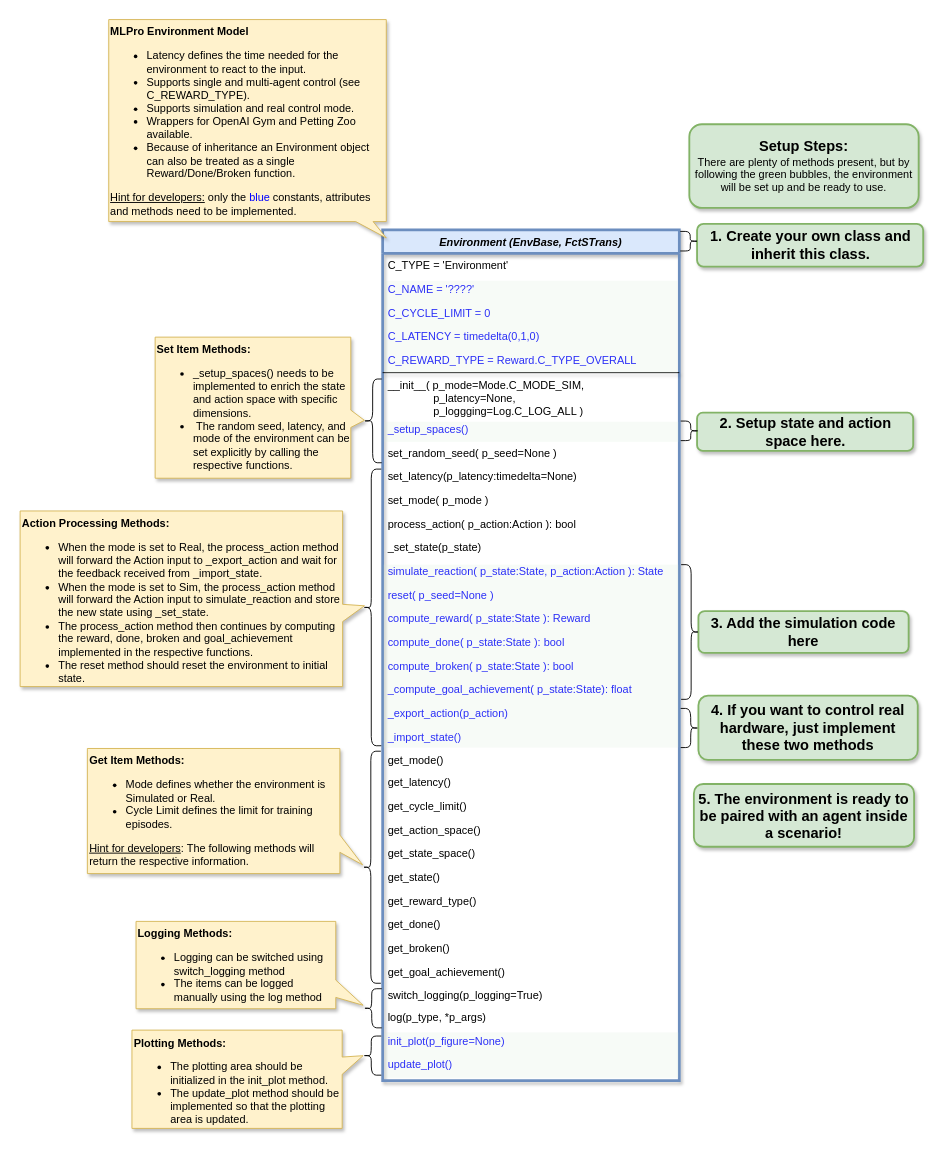
Before: doc/rtd/content/rl/env/images/MLPro-RL-Env_class_Environment_commented.drawio in fhswf/MLPro, a draw.io diagram. Source tidied: cells renumbered, new cells numbered last; positions are measured from the earlier drawing's top-left corner, leaving out a move shared by most shapes. Both pictures are drawn from the tidied source at 91%, with x=0, y=0 at pixel (20, 19).
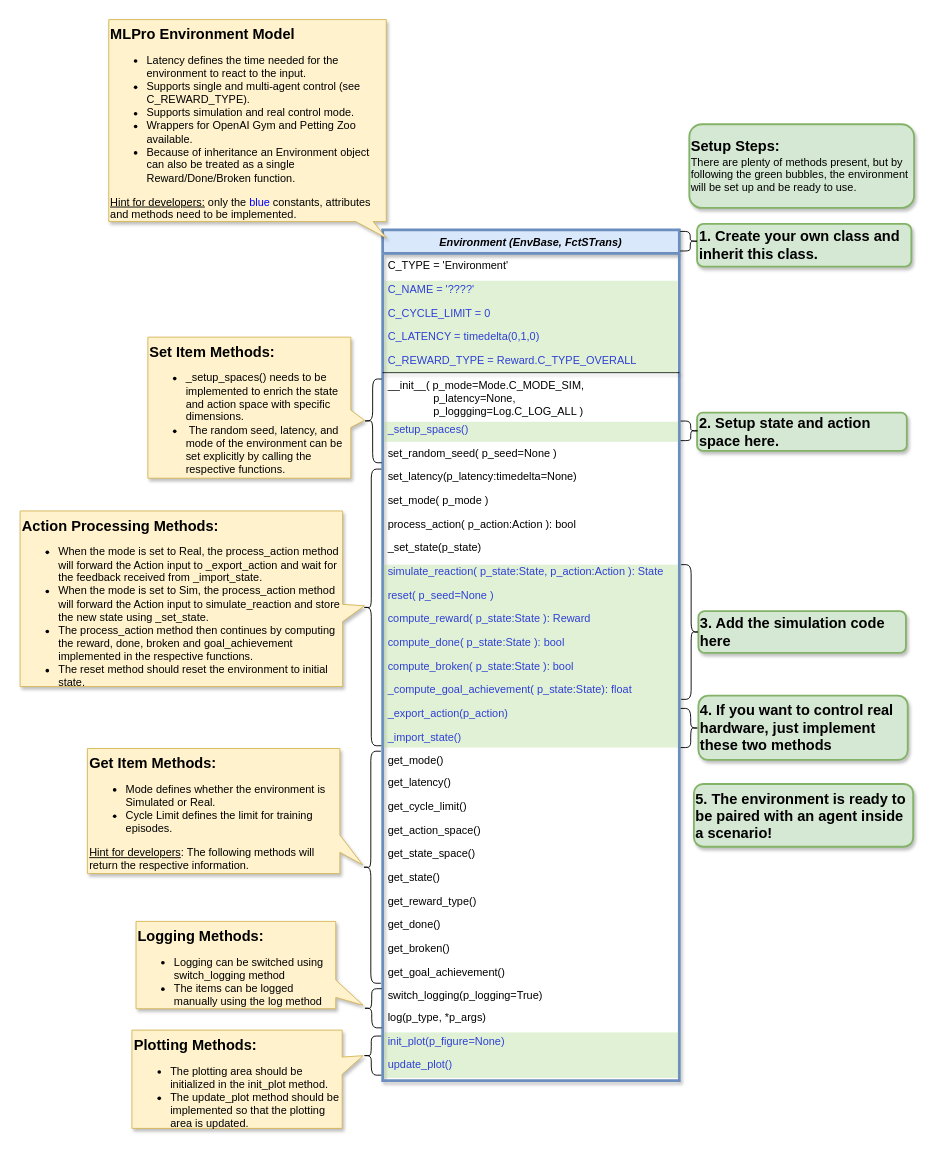
Above is the later version.

Commit message (it also covers changes not shown here):
Design Edit on Commented Environment Class Diagram #170

Change to the diagram source:
```diff
@@
-    <mxCell id="38" value="&lt;b&gt;MLPro Environment Model&lt;br&gt;&lt;/b&gt;&lt;ul&gt;&lt;li&gt;Latency defines the time needed for the environment to react to the input.&lt;/li&gt;&lt;li&gt;&lt;span&gt;Supports single and multi-agent control (see C_REWARD_TYPE).&lt;/span&gt;&lt;/li&gt;&lt;li&gt;Supports simulation and real control mode.&lt;/li&gt;&lt;li&gt;Wrappers for OpenAI Gym and Petting Zoo available.&lt;/li&gt;&lt;li&gt;Because of inheritance an Environment object can also be treated as a single Reward/Done/Broken function.&lt;/li&gt;&lt;/ul&gt;&lt;div&gt;&lt;u&gt;Hint for developers:&lt;/u&gt; only the &lt;font color=&quot;#0000ff&quot;&gt;blue&lt;/font&gt; constants, attributes and methods need to be implemented.&lt;/div&gt;&lt;div&gt;&lt;br&gt;&lt;/div&gt;" style="shape=callout;whiteSpace=wrap;html=1;perimeter=calloutPerimeter;shadow=1;fillColor=#fff2cc;strokeColor=#d6b656;align=left;verticalAlign=top;base=19;size=18;position=0.89;position2=1;" parent="1" vertex="1">
+    <mxCell id="38" value="&lt;b&gt;&lt;font style=&quot;font-size: 16px&quot;&gt;MLPro Environment Model&lt;/font&gt;&lt;br&gt;&lt;/b&gt;&lt;ul&gt;&lt;li&gt;Latency defines the time needed for the environment to react to the input.&lt;/li&gt;&lt;li&gt;&lt;span&gt;Supports single and multi-agent control (see C_REWARD_TYPE).&lt;/span&gt;&lt;/li&gt;&lt;li&gt;Supports simulation and real control mode.&lt;/li&gt;&lt;li&gt;Wrappers for OpenAI Gym and Petting Zoo available.&lt;/li&gt;&lt;li&gt;Because of inheritance an Environment object can also be treated as a single Reward/Done/Broken function.&lt;/li&gt;&lt;/ul&gt;&lt;div&gt;&lt;u&gt;Hint for developers:&lt;/u&gt; only the &lt;font color=&quot;#0000ff&quot;&gt;blue&lt;/font&gt; constants, attributes and methods need to be implemented.&lt;/div&gt;&lt;div&gt;&lt;br&gt;&lt;/div&gt;" style="shape=callout;whiteSpace=wrap;html=1;perimeter=calloutPerimeter;shadow=1;fillColor=#fff2cc;strokeColor=#d6b656;align=left;verticalAlign=top;base=19;size=18;position=0.89;position2=1;" parent="1" vertex="1">
       <mxGeometry x="97" width="305" height="240" as="geometry" />
     </mxCell>
-    <mxCell id="39" value="&lt;b&gt;Set Item Methods:&lt;/b&gt;&lt;br&gt;&lt;ul&gt;&lt;li&gt;_setup_spaces() needs to be implemented to enrich the state and action space with specific dimensions.&lt;/li&gt;&lt;li&gt;&lt;b style=&quot;font-weight: bold&quot;&gt;&amp;nbsp;&lt;/b&gt;The random seed, latency, and mode of the environment can be set explicitly by calling the respective functions.&amp;nbsp;&lt;/li&gt;&lt;/ul&gt;" style="shape=callout;whiteSpace=wrap;html=1;perimeter=calloutPerimeter;shadow=1;fillColor=#fff2cc;strokeColor=#d6b656;align=left;verticalAlign=top;base=19;size=15;position=0.36;position2=0.41;direction=north;" parent="1" vertex="1">
-      <mxGeometry x="148" y="349" width="230" height="155" as="geometry" />
+    <mxCell id="39" value="&lt;b&gt;&lt;font style=&quot;font-size: 16px&quot;&gt;Set Item Methods:&lt;/font&gt;&lt;/b&gt;&lt;br&gt;&lt;ul&gt;&lt;li&gt;_setup_spaces() needs to be implemented to enrich the state and action space with specific dimensions.&lt;/li&gt;&lt;li&gt;&lt;b style=&quot;font-weight: bold&quot;&gt;&amp;nbsp;&lt;/b&gt;The random seed, latency, and mode of the environment can be set explicitly by calling the respective functions.&amp;nbsp;&lt;/li&gt;&lt;/ul&gt;" style="shape=callout;whiteSpace=wrap;html=1;perimeter=calloutPerimeter;shadow=1;fillColor=#fff2cc;strokeColor=#d6b656;align=left;verticalAlign=top;base=19;size=15;position=0.36;position2=0.41;direction=north;" parent="1" vertex="1">
+      <mxGeometry x="140" y="349" width="238" height="155" as="geometry" />
     </mxCell>
-    <mxCell id="40" value="&lt;b style=&quot;text-align: left&quot;&gt;&lt;font style=&quot;font-size: 16px&quot;&gt;2. Setup state and action space here.&lt;/font&gt;&lt;/b&gt;" style="rounded=1;whiteSpace=wrap;html=1;strokeColor=#82b366;strokeWidth=2;align=center;fillColor=#d5e8d4;shadow=1;" parent="1" vertex="1">
-      <mxGeometry x="743.5" y="432" width="237.5" height="42" as="geometry" />
+    <mxCell id="40" value="&lt;b style=&quot;&quot;&gt;&lt;font style=&quot;font-size: 16px&quot;&gt;2. Setup state and action space here.&lt;/font&gt;&lt;/b&gt;" style="rounded=1;whiteSpace=wrap;html=1;strokeColor=#82b366;strokeWidth=2;align=left;fillColor=#d5e8d4;shadow=1;" parent="1" vertex="1">
+      <mxGeometry x="743.5" y="432" width="230.5" height="42" as="geometry" />
     </mxCell>
-    <mxCell id="41" value="&lt;b&gt;&lt;font style=&quot;font-size: 16px&quot;&gt;3. Add the simulation code here&lt;/font&gt;&lt;/b&gt;" style="rounded=1;whiteSpace=wrap;html=1;strokeColor=#82b366;strokeWidth=2;align=center;fillColor=#d5e8d4;shadow=1;" parent="1" vertex="1">
-      <mxGeometry x="745" y="650" width="231" height="46" as="geometry" />
+    <mxCell id="41" value="&lt;b&gt;&lt;font style=&quot;font-size: 16px&quot;&gt;3. Add the simulation code here&lt;/font&gt;&lt;/b&gt;" style="rounded=1;whiteSpace=wrap;html=1;strokeColor=#82b366;strokeWidth=2;align=left;fillColor=#d5e8d4;shadow=1;" parent="1" vertex="1">
+      <mxGeometry x="745" y="650" width="228" height="46" as="geometry" />
     </mxCell>
-    <mxCell id="42" value="&lt;b&gt;&lt;font style=&quot;font-size: 16px&quot;&gt;5. The environment is ready to be paired with an agent inside a scenario!&lt;/font&gt;&lt;/b&gt;" style="rounded=1;whiteSpace=wrap;html=1;strokeColor=#82b366;strokeWidth=2;align=center;fillColor=#d5e8d4;shadow=1;" parent="1" vertex="1">
-      <mxGeometry x="740" y="840" width="242" height="69" as="geometry" />
+    <mxCell id="42" value="&lt;b&gt;&lt;font style=&quot;font-size: 16px&quot;&gt;5. The environment is ready to be paired with an agent inside a scenario!&lt;/font&gt;&lt;/b&gt;" style="rounded=1;whiteSpace=wrap;html=1;strokeColor=#82b366;strokeWidth=2;align=left;fillColor=#d5e8d4;shadow=1;" parent="1" vertex="1">
+      <mxGeometry x="740" y="840" width="241" height="69" as="geometry" />
     </mxCell>
-    <mxCell id="43" value="&lt;b style=&quot;text-align: left&quot;&gt;&lt;font style=&quot;font-size: 16px&quot;&gt;1. Create your own class and inherit this class.&lt;/font&gt;&lt;/b&gt;" style="rounded=1;whiteSpace=wrap;html=1;strokeColor=#82b366;strokeWidth=2;align=center;fillColor=#d5e8d4;shadow=1;" parent="1" vertex="1">
-      <mxGeometry x="743.5" y="224.5" width="248.5" height="47" as="geometry" />
+    <mxCell id="43" value="&lt;b style=&quot;&quot;&gt;&lt;font style=&quot;font-size: 16px&quot;&gt;1. Create your own class and inherit this class.&lt;/font&gt;&lt;/b&gt;" style="rounded=1;whiteSpace=wrap;html=1;strokeColor=#82b366;strokeWidth=2;align=left;fillColor=#d5e8d4;shadow=1;" parent="1" vertex="1">
+      <mxGeometry x="743.5" y="224.5" width="235.5" height="47" as="geometry" />
     </mxCell>
-    <mxCell id="44" value="&lt;b&gt;&lt;font style=&quot;font-size: 16px&quot;&gt;Setup Steps:&lt;/font&gt;&lt;/b&gt;&lt;br&gt;&lt;span&gt;There are plenty of methods present, but by following the green bubbles, the environment will be set up and be ready to use.&lt;/span&gt;" style="rounded=1;whiteSpace=wrap;html=1;strokeColor=#82b366;strokeWidth=2;align=center;fillColor=#d5e8d4;shadow=1;glass=0;sketch=0;" parent="1" vertex="1">
-      <mxGeometry x="735" y="115" width="252" height="92" as="geometry" />
+    <mxCell id="44" value="&lt;b&gt;&lt;font style=&quot;font-size: 16px&quot;&gt;Setup Steps:&lt;/font&gt;&lt;/b&gt;&lt;br&gt;&lt;span&gt;There are plenty of methods present, but by following the green bubbles, the environment will be set up and be ready to use.&lt;/span&gt;" style="rounded=1;whiteSpace=wrap;html=1;strokeColor=#82b366;strokeWidth=2;align=left;fillColor=#d5e8d4;shadow=1;glass=0;sketch=0;" parent="1" vertex="1">
+      <mxGeometry x="735" y="115" width="247" height="92" as="geometry" />
     </mxCell>
-    <mxCell id="45" value="&lt;b&gt;Get Item Methods:&lt;/b&gt;&lt;br&gt;&lt;ul&gt;&lt;li&gt;Mode defines whether the environment is Simulated or Real.&lt;/li&gt;&lt;li&gt;&lt;span&gt;Cycle Limit defines the limit for training episodes.&lt;/span&gt;&lt;br&gt;&lt;/li&gt;&lt;/ul&gt;&lt;u&gt;Hint for developers&lt;/u&gt;: The following methods will return the respective information." style="shape=callout;whiteSpace=wrap;html=1;perimeter=calloutPerimeter;shadow=1;fillColor=#fff2cc;strokeColor=#d6b656;align=left;verticalAlign=top;base=19;size=25;position=0.17;position2=0.07;direction=north;" parent="1" vertex="1">
+    <mxCell id="45" value="&lt;b&gt;&lt;font style=&quot;font-size: 16px&quot;&gt;Get Item Methods:&lt;/font&gt;&lt;/b&gt;&lt;br&gt;&lt;ul&gt;&lt;li&gt;Mode defines whether the environment is Simulated or Real.&lt;/li&gt;&lt;li&gt;&lt;span&gt;Cycle Limit defines the limit for training episodes.&lt;/span&gt;&lt;br&gt;&lt;/li&gt;&lt;/ul&gt;&lt;u&gt;Hint for developers&lt;/u&gt;: The following methods will return the respective information." style="shape=callout;whiteSpace=wrap;html=1;perimeter=calloutPerimeter;shadow=1;fillColor=#fff2cc;strokeColor=#d6b656;align=left;verticalAlign=top;base=19;size=25;position=0.17;position2=0.07;direction=north;" parent="1" vertex="1">
       <mxGeometry x="73.5" y="801" width="302.5" height="137.5" as="geometry" />
     </mxCell>
-    <mxCell id="46" value="&lt;b&gt;Logging Methods:&lt;/b&gt;&lt;br&gt;&lt;ul&gt;&lt;li&gt;Logging can be switched using switch_logging method&lt;/li&gt;&lt;li&gt;The items can be logged manually using the log method&lt;/li&gt;&lt;/ul&gt;" style="shape=callout;whiteSpace=wrap;html=1;perimeter=calloutPerimeter;shadow=1;fillColor=#fff2cc;strokeColor=#d6b656;align=left;verticalAlign=top;base=19;size=30;position=0.13;position2=0.04;direction=north;" parent="1" vertex="1">
+    <mxCell id="46" value="&lt;b&gt;&lt;font style=&quot;font-size: 16px&quot;&gt;Logging Methods:&lt;/font&gt;&lt;/b&gt;&lt;br&gt;&lt;ul&gt;&lt;li&gt;Logging can be switched using switch_logging method&lt;/li&gt;&lt;li&gt;The items can be logged manually using the log method&lt;/li&gt;&lt;/ul&gt;" style="shape=callout;whiteSpace=wrap;html=1;perimeter=calloutPerimeter;shadow=1;fillColor=#fff2cc;strokeColor=#d6b656;align=left;verticalAlign=top;base=19;size=30;position=0.13;position2=0.04;direction=north;" parent="1" vertex="1">
       <mxGeometry x="127" y="991" width="249.5" height="96" as="geometry" />
     </mxCell>
-    <mxCell id="47" value="&lt;b&gt;Plotting Methods:&lt;/b&gt;&lt;br&gt;&lt;ul&gt;&lt;li&gt;The plotting area should be initialized in the init_plot method.&lt;/li&gt;&lt;li&gt;The update_plot method should be implemented so that the plotting area is updated.&lt;/li&gt;&lt;/ul&gt;" style="shape=callout;whiteSpace=wrap;html=1;perimeter=calloutPerimeter;shadow=1;fillColor=#fff2cc;strokeColor=#d6b656;align=left;verticalAlign=top;base=19;size=23;position=0.55;position2=0.74;direction=north;" parent="1" vertex="1">
+    <mxCell id="47" value="&lt;b&gt;&lt;font style=&quot;font-size: 16px&quot;&gt;Plotting Methods:&lt;/font&gt;&lt;/b&gt;&lt;br&gt;&lt;ul&gt;&lt;li&gt;The plotting area should be initialized in the init_plot method.&lt;/li&gt;&lt;li&gt;The update_plot method should be implemented so that the plotting area is updated.&lt;/li&gt;&lt;/ul&gt;" style="shape=callout;whiteSpace=wrap;html=1;perimeter=calloutPerimeter;shadow=1;fillColor=#fff2cc;strokeColor=#d6b656;align=left;verticalAlign=top;base=19;size=23;position=0.55;position2=0.74;direction=north;" parent="1" vertex="1">
       <mxGeometry x="122.5" y="1110.5" width="254" height="108" as="geometry" />
     </mxCell>
@@
-    <mxCell id="49" value="&lt;b&gt;Action Processing Methods:&lt;/b&gt;&lt;br&gt;&lt;ul&gt;&lt;li&gt;When the mode is set to Real, the process_action method will forward the Action input to _export_action and wait for the feedback received from _import_state.&lt;/li&gt;&lt;li&gt;When the mode is set to Sim, the process_action method will forward the Action input to simulate_reaction and store the new state using _set_state.&lt;/li&gt;&lt;li&gt;The process_action method then continues by computing the reward, done, broken and goal_achievement implemented in the respective functions.&lt;/li&gt;&lt;li&gt;The reset method should reset the environment to initial state.&lt;/li&gt;&lt;/ul&gt;" style="shape=callout;whiteSpace=wrap;html=1;perimeter=calloutPerimeter;shadow=1;fillColor=#fff2cc;strokeColor=#d6b656;align=left;verticalAlign=top;base=19;size=24;position=0.37;position2=0.46;direction=north;" parent="1" vertex="1">
+    <mxCell id="49" value="&lt;b&gt;&lt;font style=&quot;font-size: 16px&quot;&gt;Action Processing Methods:&lt;/font&gt;&lt;/b&gt;&lt;br&gt;&lt;ul&gt;&lt;li&gt;When the mode is set to Real, the process_action method will forward the Action input to _export_action and wait for the feedback received from _import_state.&lt;/li&gt;&lt;li&gt;When the mode is set to Sim, the process_action method will forward the Action input to simulate_reaction and store the new state using _set_state.&lt;/li&gt;&lt;li&gt;The process_action method then continues by computing the reward, done, broken and goal_achievement implemented in the respective functions.&lt;/li&gt;&lt;li&gt;The reset method should reset the environment to initial state.&lt;/li&gt;&lt;/ul&gt;" style="shape=callout;whiteSpace=wrap;html=1;perimeter=calloutPerimeter;shadow=1;fillColor=#fff2cc;strokeColor=#d6b656;align=left;verticalAlign=top;base=19;size=24;position=0.37;position2=0.46;direction=north;" parent="1" vertex="1">
       <mxGeometry x="-0.4" y="540" width="378.4" height="193" as="geometry" />
     </mxCell>
@@
-    <mxCell id="56" value="&lt;b&gt;&lt;font style=&quot;font-size: 16px&quot;&gt;4. If you want to control real hardware, just implement these two methods&lt;/font&gt;&lt;/b&gt;" style="rounded=1;whiteSpace=wrap;html=1;strokeColor=#82b366;strokeWidth=2;align=center;fillColor=#d5e8d4;shadow=1;" parent="1" vertex="1">
-      <mxGeometry x="745" y="743" width="241" height="70.5" as="geometry" />
+    <mxCell id="56" value="&lt;b&gt;&lt;font style=&quot;font-size: 16px&quot;&gt;4. If you want to control real hardware, just implement these two methods&lt;/font&gt;&lt;/b&gt;" style="rounded=1;whiteSpace=wrap;html=1;strokeColor=#82b366;strokeWidth=2;align=left;fillColor=#d5e8d4;shadow=1;" parent="1" vertex="1">
+      <mxGeometry x="745" y="743" width="230" height="70.5" as="geometry" />
     </mxCell>
@@
-    <mxCell id="59" style="rounded=0;whiteSpace=wrap;html=1;strokeColor=none;fillColor=#d5e8d4;opacity=20;" parent="1" vertex="1">
+    <mxCell id="59" style="rounded=0;whiteSpace=wrap;html=1;strokeColor=none;fillColor=#97D077;opacity=30;" parent="1" vertex="1">
       <mxGeometry x="399" y="599" width="324" height="201" as="geometry" />
     </mxCell>
-    <mxCell id="60" style="rounded=0;whiteSpace=wrap;html=1;fillColor=#d5e8d4;strokeColor=none;opacity=20;" parent="1" vertex="1">
+    <mxCell id="60" style="rounded=0;whiteSpace=wrap;html=1;fillColor=#97D077;strokeColor=none;opacity=30;" parent="1" vertex="1">
       <mxGeometry x="400" y="442" width="323" height="22" as="geometry" />
     </mxCell>
-    <mxCell id="61" style="rounded=0;whiteSpace=wrap;html=1;opacity=20;fillColor=#d5e8d4;strokeColor=none;" parent="1" vertex="1">
+    <mxCell id="61" style="rounded=0;whiteSpace=wrap;html=1;opacity=30;fillColor=#97D077;strokeColor=none;" parent="1" vertex="1">
       <mxGeometry x="400" y="287" width="322" height="101" as="geometry" />
     </mxCell>
-    <mxCell id="62" style="rounded=0;whiteSpace=wrap;html=1;opacity=20;fillColor=#d5e8d4;strokeColor=none;" parent="1" vertex="1">
+    <mxCell id="62" style="rounded=0;whiteSpace=wrap;html=1;opacity=30;fillColor=#97D077;strokeColor=none;" parent="1" vertex="1">
       <mxGeometry x="400" y="1113" width="323" height="50" as="geometry" />
     </mxCell>
```
